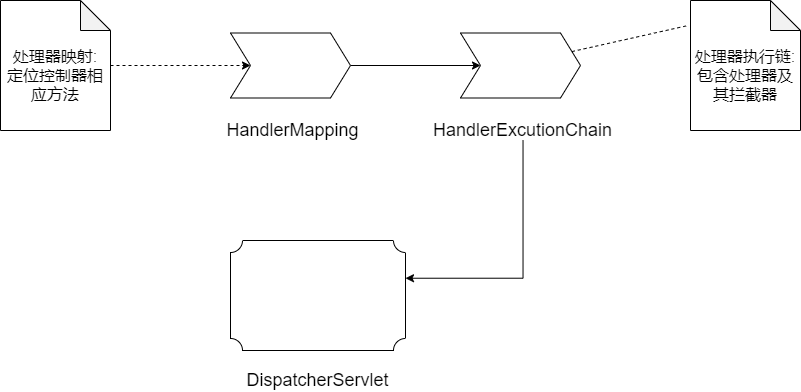
wjq1018/20200720DataStructureAndAlgorithms keeps this draw.io diagram as Spring MVC执行流程图.png. Above is the earlier version. Source tidied: cells renumbered, new cells last; positions are measured from the earlier drawing's top-left corner, leaving out a move shared by most shapes.
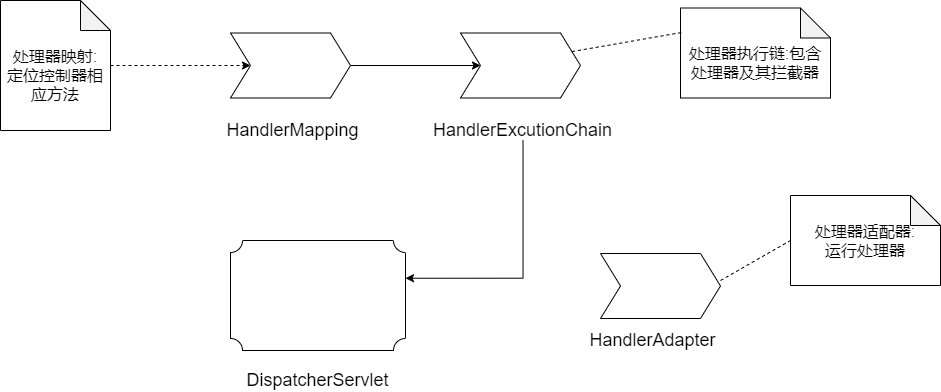
Later version of the same file.

Commit message:
更新Spring MVC执行流程图.png

The edit, as a diff of the source:
```diff
@@ -37,10 +37,24 @@
       <mxGeometry x="490" y="120" width="65" height="20" as="geometry" />
     </mxCell>
     <mxCell id="12" value="&lt;font style=&quot;font-size: 16px&quot;&gt;&lt;br&gt;处理器执行链:包含处理器及其拦截器&lt;/font&gt;" style="shape=note;whiteSpace=wrap;html=1;backgroundOutline=1;darkOpacity=0.05;" parent="1" vertex="1">
-      <mxGeometry x="690" width="110" height="130" as="geometry" />
+      <mxGeometry x="680" y="7.5" width="150" height="90" as="geometry" />
     </mxCell>
-    <mxCell id="13" style="endArrow=none;dashed=1;html=1;entryX=-0.036;entryY=0.195;entryDx=0;entryDy=0;entryPerimeter=0;exitX=1;exitY=0.25;exitDx=0;exitDy=0;" parent="1" edge="1" source="9" target="12">
+    <mxCell id="13" style="endArrow=none;dashed=1;html=1;entryX=0.009;entryY=0.272;entryDx=0;entryDy=0;entryPerimeter=0;exitX=1;exitY=0.25;exitDx=0;exitDy=0;" parent="1" edge="1" source="9" target="12">
       <mxGeometry relative="1" as="geometry" />
     </mxCell>
+    <mxCell id="14" style="shape=step;perimeter=stepPerimeter;whiteSpace=wrap;html=1;fixedSize=1;" parent="1" vertex="1">
+      <mxGeometry x="600" y="253" width="120" height="65" as="geometry" />
+    </mxCell>
+    <mxCell id="15" value="&lt;span style=&quot;font-size: 18px&quot;&gt;HandlerAdapter&lt;/span&gt;" style="text;html=1;strokeColor=none;fillColor=none;align=center;verticalAlign=middle;whiteSpace=wrap;rounded=0;" parent="1" vertex="1">
+      <mxGeometry x="620" y="330" width="65" height="20" as="geometry" />
+    </mxCell>
+    <mxCell id="16" value="&lt;font style=&quot;font-size: 16px&quot;&gt;处理器适配器:&lt;br&gt;运行处理器&lt;/font&gt;" style="shape=note;whiteSpace=wrap;html=1;backgroundOutline=1;darkOpacity=0.05;" parent="1" vertex="1">
+      <mxGeometry x="790" y="195" width="150" height="90" as="geometry" />
+    </mxCell>
+    <mxCell id="17" style="endArrow=none;dashed=1;html=1;entryX=0;entryY=0.5;entryDx=0;entryDy=0;entryPerimeter=0;" parent="1" edge="1" target="16">
+      <mxGeometry relative="1" as="geometry">
+        <mxPoint x="720" y="280" as="sourcePoint" />
+      </mxGeometry>
+    </mxCell>
   </root>
 </mxGraphModel>
```
